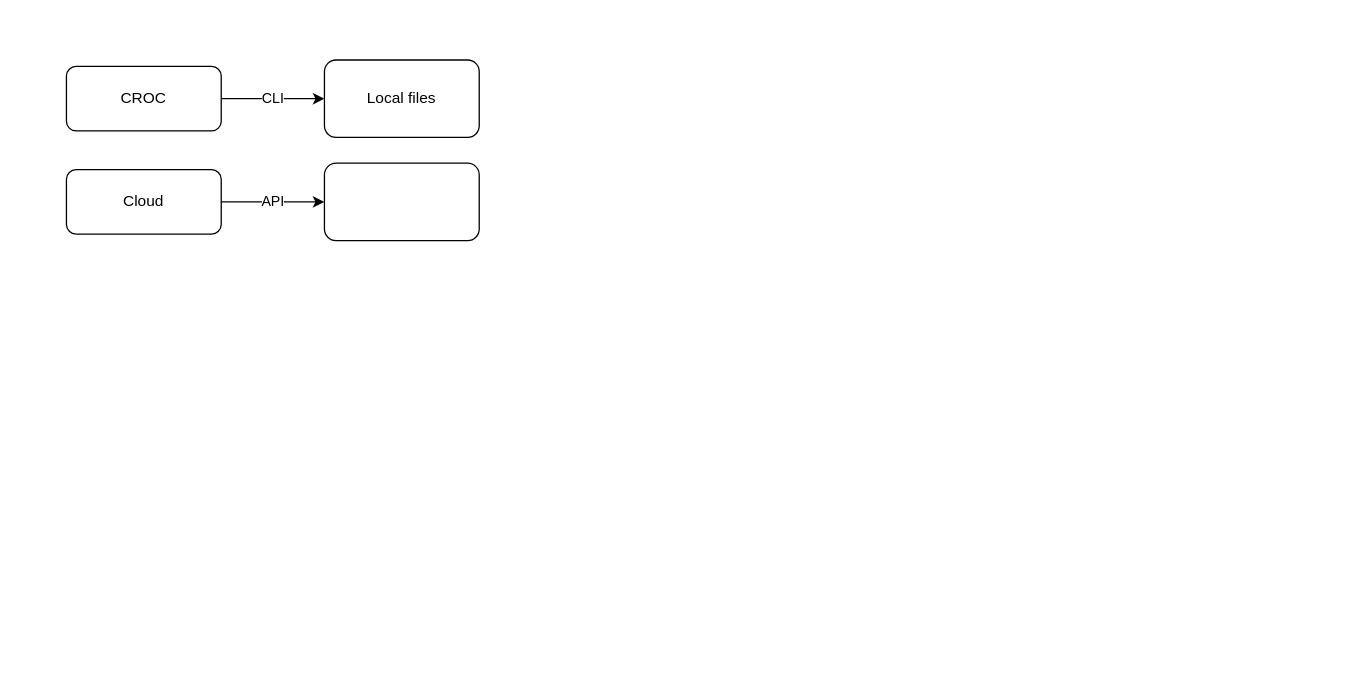
ptokarev/cloudmaster keeps this draw.io diagram as Untitled Diagram.drawio. Above is the earlier version. Source tidied: cells renumbered, new cells numbered last; positions are measured from the earlier drawing's top-left corner, leaving out a move shared by most shapes. Both pictures are drawn from the tidied source at 129%, with x=0, y=0 at pixel (66, 59).
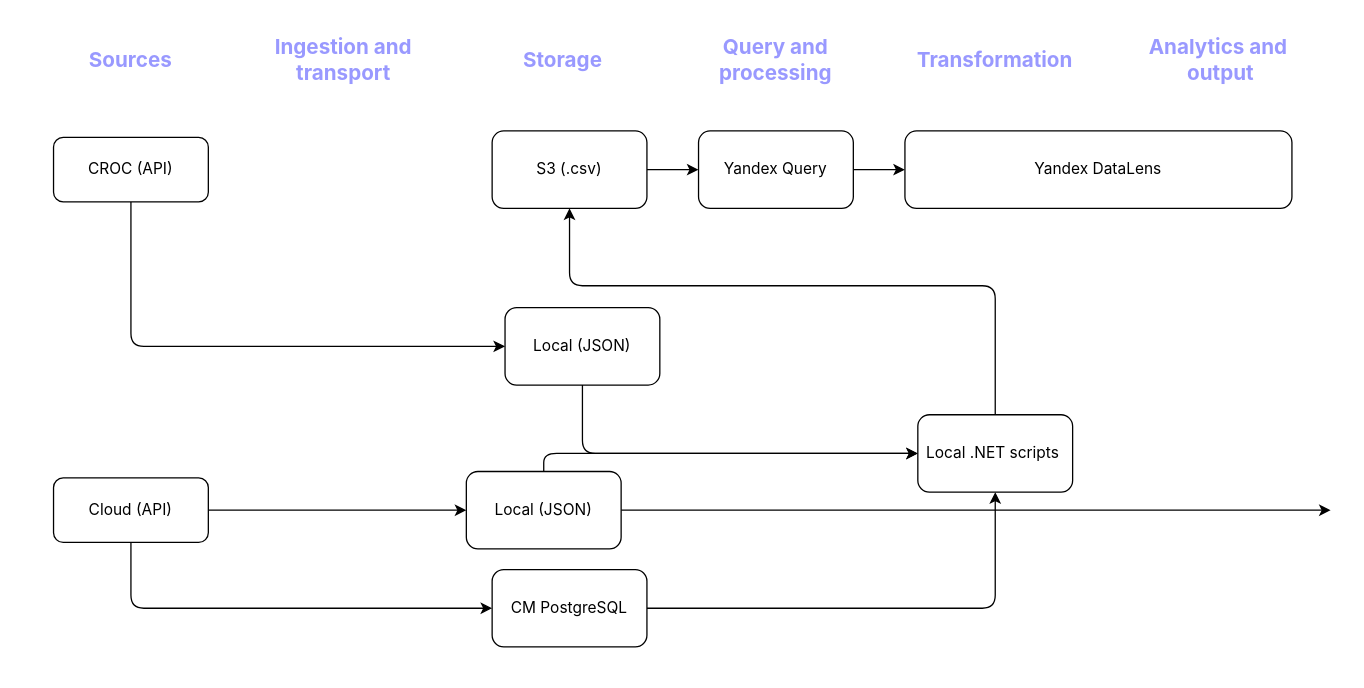
The same page after the edit.

The edit, as a diff of the source:
```diff
@@
+    <mxCell id="8" style="shape=table;startSize=0;childLayout=tableLayout;fontSize=16;fillColor=none;strokeColor=none;swimlaneLine=1;fontFamily=inter;" parent="1" vertex="1">
+      <mxGeometry x="-30" y="-25" width="1010" height="494" as="geometry" />
+    </mxCell>
+    <mxCell id="9" style="shape=tableRow;horizontal=0;startSize=0;swimlaneHead=0;swimlaneBody=0;strokeColor=inherit;top=0;left=0;bottom=0;right=0;fillColor=none;fontSize=16;shadow=1;fontStyle=1;" parent="8" vertex="1">
+      <mxGeometry width="1010" height="50" as="geometry" />
+    </mxCell>
+    <mxCell id="10" value="Sources" style="shape=partialRectangle;html=1;whiteSpace=wrap;strokeColor=inherit;overflow=hidden;fillColor=none;top=0;left=0;bottom=0;right=0;fontSize=16;strokeWidth=0;fontStyle=1;fontColor=#9999FF;fontFamily=inter;" parent="9" vertex="1">
+      <mxGeometry width="160" height="50" as="geometry" />
+    </mxCell>
+    <mxCell id="11" value="Ingestion and transport" style="shape=partialRectangle;html=1;whiteSpace=wrap;strokeColor=inherit;overflow=hidden;fillColor=none;top=0;left=0;bottom=0;right=0;fontSize=16;strokeWidth=0;fontStyle=1;fontColor=#9999FF;fontFamily=inter;" parent="9" vertex="1">
+      <mxGeometry x="160" width="170" height="50" as="geometry" />
+    </mxCell>
+    <mxCell id="12" value="Storage" style="shape=partialRectangle;html=1;whiteSpace=wrap;strokeColor=inherit;overflow=hidden;fillColor=none;top=0;left=0;bottom=0;right=0;fontSize=16;strokeWidth=0;fontStyle=1;fontColor=#9999FF;fontFamily=inter;" parent="9" vertex="1">
+      <mxGeometry x="330" width="170" height="50" as="geometry" />
+    </mxCell>
+    <mxCell id="13" value="Query and processing" style="shape=partialRectangle;html=1;whiteSpace=wrap;strokeColor=inherit;overflow=hidden;fillColor=none;top=0;left=0;bottom=0;right=0;fontSize=16;strokeWidth=0;fontStyle=1;fontColor=#9999FF;fontFamily=inter;" parent="9" vertex="1">
+      <mxGeometry x="500" width="160" height="50" as="geometry" />
+    </mxCell>
+    <mxCell id="14" value="Transformation" style="shape=partialRectangle;html=1;whiteSpace=wrap;strokeColor=inherit;overflow=hidden;fillColor=none;top=0;left=0;bottom=0;right=0;fontSize=16;strokeWidth=0;fontStyle=1;fontColor=#9999FF;fontFamily=inter;" parent="9" vertex="1">
+      <mxGeometry x="660" width="180" height="50" as="geometry" />
+    </mxCell>
+    <mxCell id="15" value="Analytics and&amp;nbsp;&lt;div&gt;output&lt;/div&gt;" style="shape=partialRectangle;html=1;whiteSpace=wrap;strokeColor=inherit;overflow=hidden;fillColor=none;top=0;left=0;bottom=0;right=0;fontSize=16;strokeWidth=0;fontStyle=1;fontColor=#9999FF;fontFamily=inter;" parent="9" vertex="1">
+      <mxGeometry x="840" width="170" height="50" as="geometry" />
+    </mxCell>
+    <mxCell id="16" style="shape=tableRow;horizontal=0;startSize=0;swimlaneHead=0;swimlaneBody=0;strokeColor=inherit;top=0;left=0;bottom=0;right=0;fillColor=none;fontSize=16;" parent="8" vertex="1">
+      <mxGeometry y="50" width="1010" height="444" as="geometry" />
+    </mxCell>
+    <mxCell id="17" style="shape=partialRectangle;html=1;whiteSpace=wrap;strokeColor=inherit;overflow=hidden;fillColor=default;top=0;left=0;bottom=0;right=0;fontSize=16;" parent="16" vertex="1">
+      <mxGeometry width="160" height="444" as="geometry" />
+    </mxCell>
+    <mxCell id="18" style="shape=partialRectangle;html=1;whiteSpace=wrap;strokeColor=inherit;overflow=hidden;fillColor=default;top=0;left=0;bottom=0;right=0;fontSize=16;" parent="16" vertex="1">
+      <mxGeometry x="160" width="170" height="444" as="geometry" />
+    </mxCell>
+    <mxCell id="19" style="shape=partialRectangle;html=1;whiteSpace=wrap;strokeColor=inherit;overflow=hidden;fillColor=default;top=0;left=0;bottom=0;right=0;fontSize=16;" parent="16" vertex="1">
+      <mxGeometry x="330" width="170" height="444" as="geometry" />
+    </mxCell>
+    <mxCell id="20" style="shape=partialRectangle;html=1;whiteSpace=wrap;strokeColor=inherit;overflow=hidden;fillColor=default;top=0;left=0;bottom=0;right=0;fontSize=16;" parent="16" vertex="1">
+      <mxGeometry x="500" width="160" height="444" as="geometry" />
+    </mxCell>
+    <mxCell id="21" style="shape=partialRectangle;html=1;whiteSpace=wrap;strokeColor=inherit;overflow=hidden;fillColor=default;top=0;left=0;bottom=0;right=0;fontSize=16;" parent="16" vertex="1">
+      <mxGeometry x="660" width="180" height="444" as="geometry" />
+    </mxCell>
+    <mxCell id="22" style="shape=partialRectangle;html=1;whiteSpace=wrap;strokeColor=inherit;overflow=hidden;fillColor=default;top=0;left=0;bottom=0;right=0;fontSize=16;perimeterSpacing=0;shadow=0;" parent="16" vertex="1">
+      <mxGeometry x="840" width="170" height="444" as="geometry" />
+    </mxCell>
+    <mxCell id="23" style="whiteSpace=wrap;html=1;rounded=1;" parent="16" vertex="1">
+      <mxGeometry x="1010" height="444" as="geometry" />
+    </mxCell>
-    <mxCell id="2" value="CLI" style="edgeStyle=orthogonalEdgeStyle;rounded=0;jettySize=auto;html=1;" parent="1" edge="1" source="3" target="6">
-      <mxGeometry relative="1" as="geometry" />
+    <mxCell id="2" style="edgeStyle=orthogonalEdgeStyle;rounded=1;jettySize=auto;html=1;curved=0;" parent="1" edge="1" source="3" target="6">
+      <mxGeometry relative="1" as="geometry">
+        <Array as="points">
+          <mxPoint x="50" y="222" />
+        </Array>
+      </mxGeometry>
     </mxCell>
-    <mxCell id="3" value="CROC" style="rounded=1;whiteSpace=wrap;html=1;" parent="1" vertex="1">
-      <mxGeometry y="5" width="120" height="50" as="geometry" />
+    <mxCell id="3" value="CROC (&lt;span style=&quot;background-color: initial;&quot;&gt;API)&lt;/span&gt;" style="rounded=1;whiteSpace=wrap;html=1;fontFamily=inter;" parent="1" vertex="1">
+      <mxGeometry x="-10" y="60" width="120" height="50" as="geometry" />
     </mxCell>
-    <mxCell id="4" value="API" style="edgeStyle=orthogonalEdgeStyle;rounded=0;jettySize=auto;html=1;" parent="1" edge="1" source="5" target="7">
+    <mxCell id="4" style="edgeStyle=orthogonalEdgeStyle;rounded=1;jettySize=auto;html=1;curved=0;" parent="1" edge="1" source="5" target="7">
       <mxGeometry relative="1" as="geometry" />
     </mxCell>
+    <mxCell id="24" style="edgeStyle=orthogonalEdgeStyle;rounded=1;jettySize=auto;html=1;curved=0;" parent="1" edge="1" source="5" target="31">
+      <mxGeometry relative="1" as="geometry">
+        <Array as="points">
+          <mxPoint x="50" y="425" />
+        </Array>
+      </mxGeometry>
+    </mxCell>
-    <mxCell id="5" value="Cloud" style="rounded=1;whiteSpace=wrap;html=1;" parent="1" vertex="1">
-      <mxGeometry y="85" width="120" height="50" as="geometry" />
+    <mxCell id="5" value="Cloud (API)" style="rounded=1;whiteSpace=wrap;html=1;fontFamily=inter;" parent="1" vertex="1">
+      <mxGeometry x="-10" y="324" width="120" height="50" as="geometry" />
     </mxCell>
+    <mxCell id="25" style="edgeStyle=orthogonalEdgeStyle;rounded=1;jettySize=auto;html=1;entryX=0;entryY=0.5;entryDx=0;entryDy=0;curved=0;" parent="1" edge="1" source="6" target="36">
+      <mxGeometry relative="1" as="geometry">
+        <Array as="points">
+          <mxPoint x="400" y="305" />
+        </Array>
+      </mxGeometry>
+    </mxCell>
-    <mxCell id="6" value="Local files" style="whiteSpace=wrap;html=1;rounded=1;" parent="1" vertex="1">
-      <mxGeometry x="200" width="120" height="60" as="geometry" />
+    <mxCell id="6" value="Local (JSON)" style="whiteSpace=wrap;html=1;rounded=1;fontFamily=inter;" parent="1" vertex="1">
+      <mxGeometry x="340" y="192" width="120" height="60" as="geometry" />
     </mxCell>
+    <mxCell id="26" style="edgeStyle=orthogonalEdgeStyle;rounded=0;jettySize=auto;html=1;" parent="1" edge="1" source="7" target="23">
+      <mxGeometry relative="1" as="geometry" />
+    </mxCell>
+    <mxCell id="27" style="edgeStyle=orthogonalEdgeStyle;rounded=1;jettySize=auto;html=1;entryX=0;entryY=0.5;entryDx=0;entryDy=0;curved=0;" parent="1" edge="1" source="7" target="36">
+      <mxGeometry relative="1" as="geometry">
+        <Array as="points">
+          <mxPoint x="370" y="305" />
+        </Array>
+      </mxGeometry>
+    </mxCell>
-    <mxCell id="7" style="whiteSpace=wrap;html=1;rounded=1;" parent="1" vertex="1">
-      <mxGeometry x="200" y="80" width="120" height="60" as="geometry" />
+    <mxCell id="7" value="Local (JSON)" style="whiteSpace=wrap;html=1;rounded=1;fontFamily=inter;" parent="1" vertex="1">
+      <mxGeometry x="310" y="319" width="120" height="60" as="geometry" />
     </mxCell>
+    <mxCell id="28" style="edgeStyle=orthogonalEdgeStyle;rounded=0;jettySize=auto;html=1;" parent="1" edge="1" source="29" target="33">
+      <mxGeometry relative="1" as="geometry" />
+    </mxCell>
+    <mxCell id="29" value="S3 (.csv)" style="whiteSpace=wrap;html=1;rounded=1;fontFamily=inter;" parent="1" vertex="1">
+      <mxGeometry x="330" y="55" width="120" height="60" as="geometry" />
+    </mxCell>
+    <mxCell id="30" style="edgeStyle=orthogonalEdgeStyle;rounded=1;jettySize=auto;html=1;curved=0;" parent="1" edge="1" source="31" target="36">
+      <mxGeometry relative="1" as="geometry">
+        <Array as="points">
+          <mxPoint x="720" y="425" />
+        </Array>
+      </mxGeometry>
+    </mxCell>
+    <mxCell id="31" value="CM PostgreSQL" style="whiteSpace=wrap;html=1;rounded=1;fontFamily=inter;" parent="1" vertex="1">
+      <mxGeometry x="330" y="395" width="120" height="60" as="geometry" />
+    </mxCell>
+    <mxCell id="32" style="edgeStyle=orthogonalEdgeStyle;rounded=0;jettySize=auto;html=1;" parent="1" edge="1" source="33" target="34">
+      <mxGeometry relative="1" as="geometry">
+        <Array as="points">
+          <mxPoint x="550" y="85" />
+        </Array>
+      </mxGeometry>
+    </mxCell>
+    <mxCell id="33" value="Yandex Query" style="whiteSpace=wrap;html=1;rounded=1;fontFamily=inter;" parent="1" vertex="1">
+      <mxGeometry x="490" y="55" width="120" height="60" as="geometry" />
+    </mxCell>
+    <mxCell id="34" value="Yandex DataLens" style="whiteSpace=wrap;html=1;rounded=1;fontFamily=inter;" parent="1" vertex="1">
+      <mxGeometry x="650" y="55" width="300" height="60" as="geometry" />
+    </mxCell>
+    <mxCell id="35" style="edgeStyle=orthogonalEdgeStyle;rounded=1;jettySize=auto;html=1;curved=0;" parent="1" edge="1" source="36" target="29">
+      <mxGeometry relative="1" as="geometry">
+        <Array as="points">
+          <mxPoint x="720" y="175" />
+          <mxPoint x="390" y="175" />
+        </Array>
+      </mxGeometry>
+    </mxCell>
+    <mxCell id="36" value="Local .NET scripts&amp;nbsp;" style="rounded=1;whiteSpace=wrap;html=1;fontFamily=inter;" parent="1" vertex="1">
+      <mxGeometry x="660" y="275" width="120" height="60" as="geometry" />
+    </mxCell>
```
